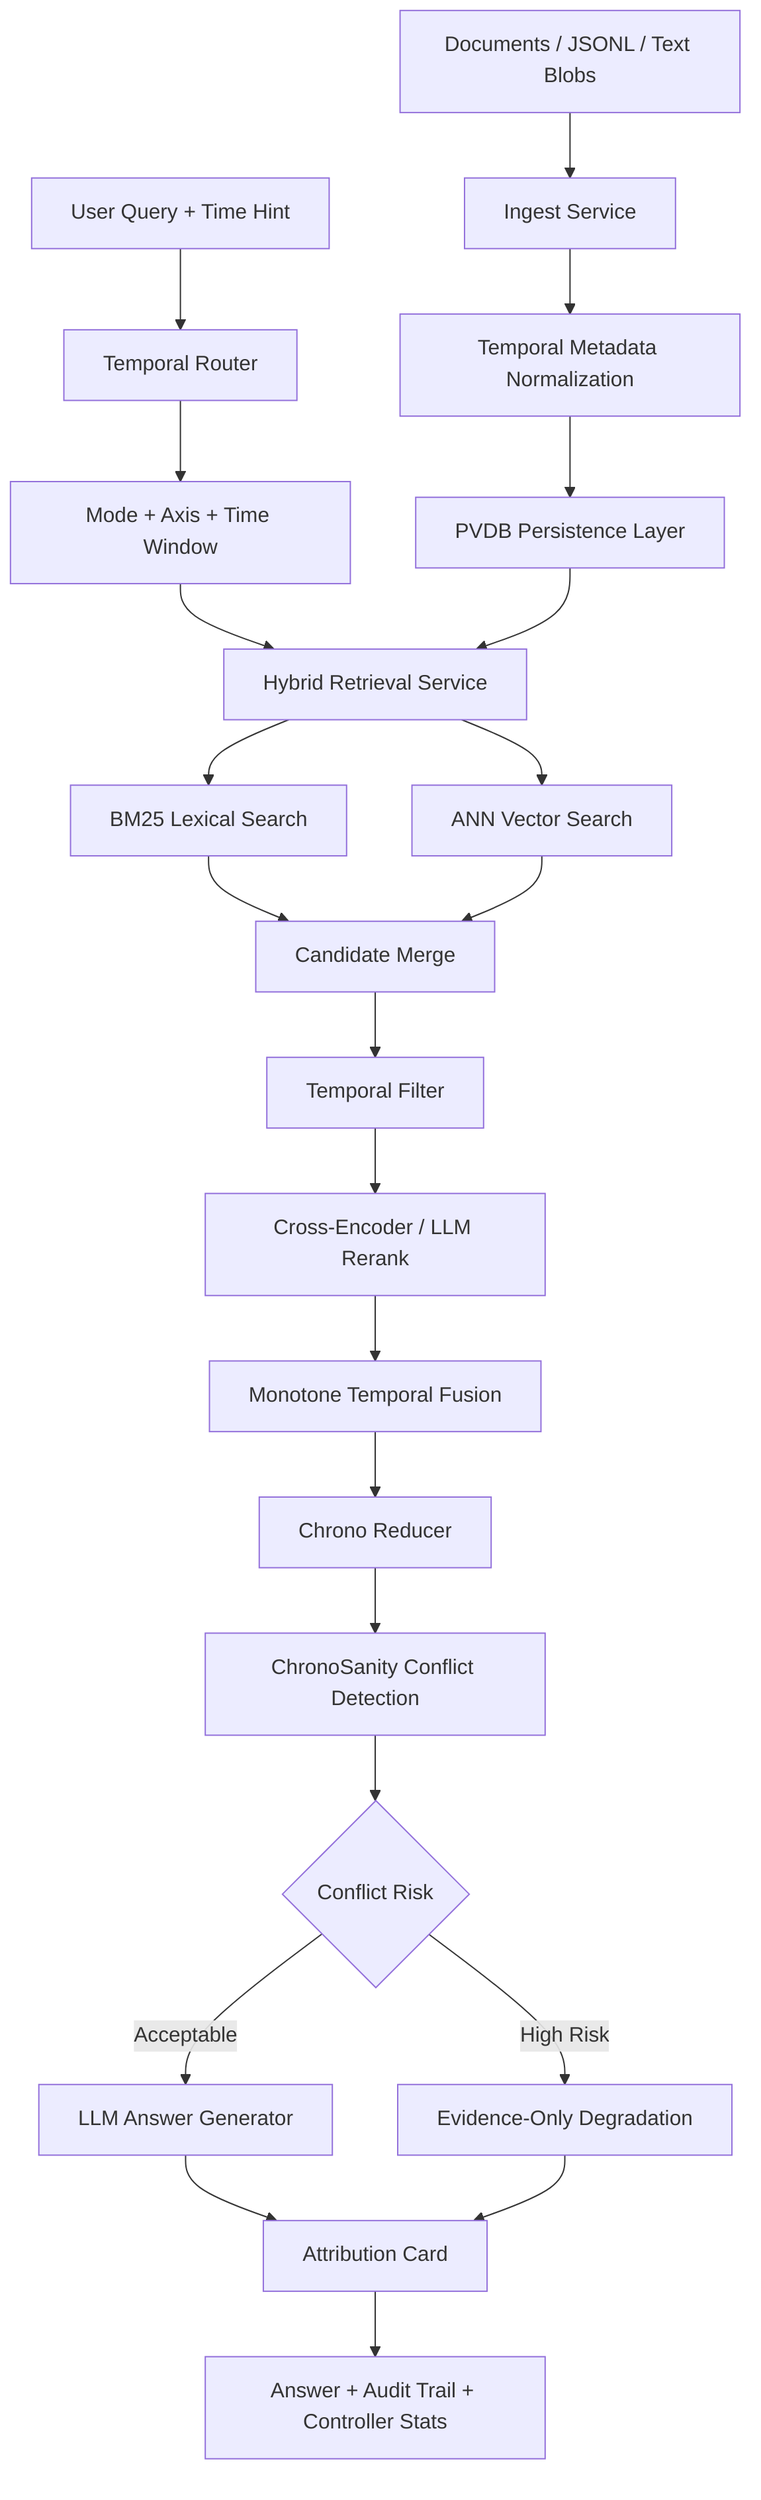
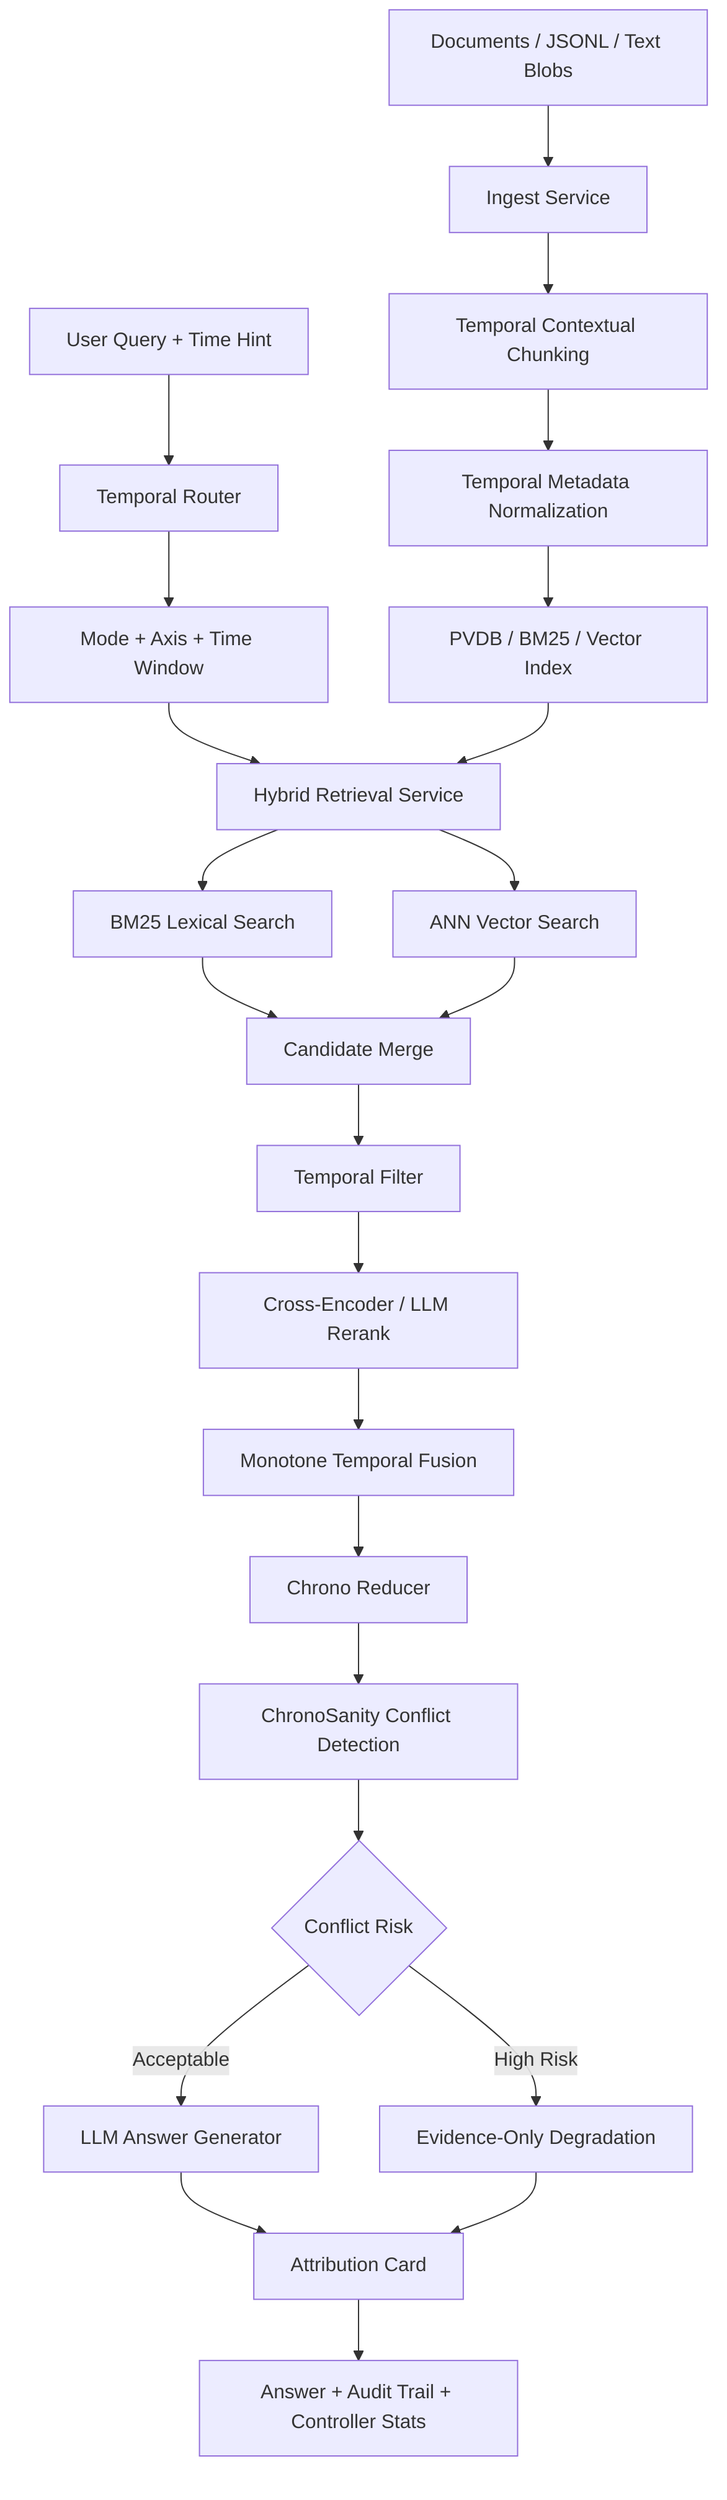
flowchart TD
    A[Documents / JSONL / Text Blobs] --> B[Ingest Service]
-     B --> C[Temporal Metadata Normalization]
-     C --> D[PVDB Persistence Layer]
+     B --> C[Temporal Contextual Chunking]
+     C --> D[Temporal Metadata Normalization]
+     D --> E[PVDB / BM25 / Vector Index]

    Q[User Query + Time Hint] --> R[Temporal Router]
    R --> S[Mode + Axis + Time Window]

    S --> T[Hybrid Retrieval Service]
-     D --> T
+     E --> T
    T --> U[BM25 Lexical Search]
    T --> V[ANN Vector Search]
    U --> W[Candidate Merge]
    V --> W
    W --> X[Temporal Filter]
    X --> Y[Cross-Encoder / LLM Rerank]
    Y --> Z[Monotone Temporal Fusion]

    Z --> AA[Chrono Reducer]
    AA --> AB[ChronoSanity Conflict Detection]
    AB --> AC{Conflict Risk}
    AC -->|Acceptable| AD[LLM Answer Generator]
    AC -->|High Risk| AE[Evidence-Only Degradation]

    AD --> AF[Attribution Card]
    AE --> AF
    AF --> AG[Answer + Audit Trail + Controller Stats]
